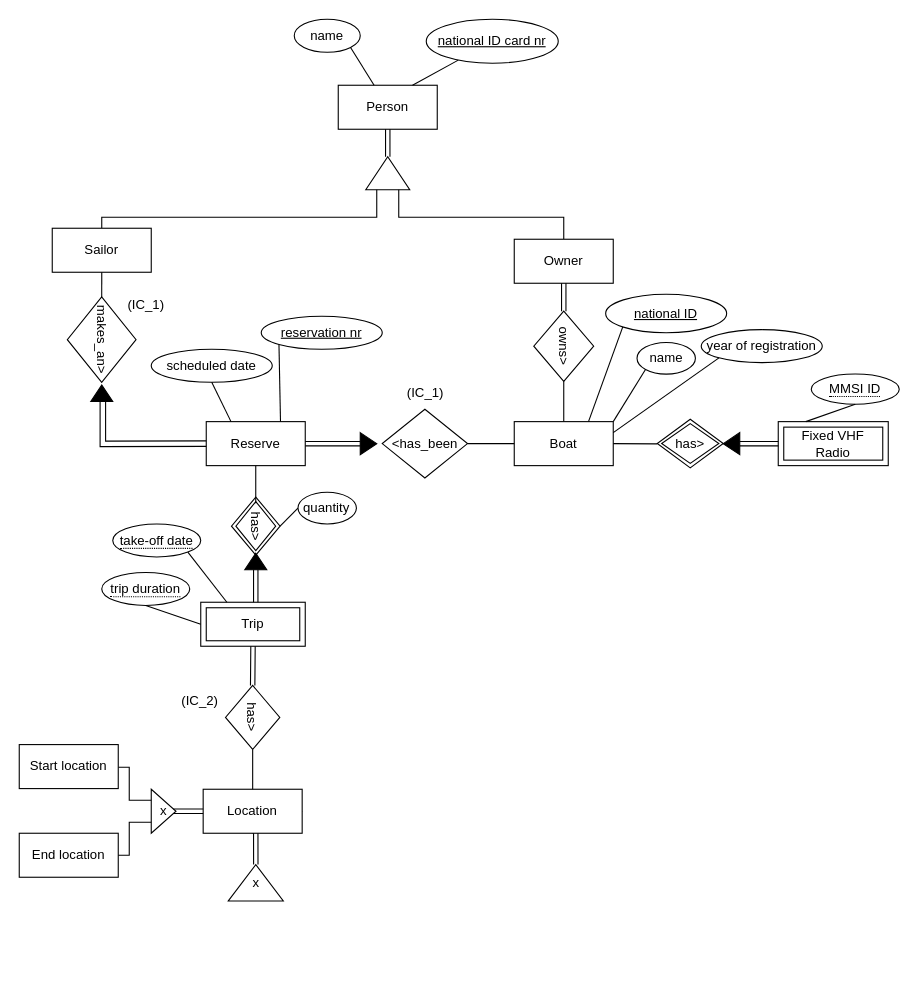
Above: Untitled Diagram.drawio in diogojpa99/SIBD (draw.io), before the change. Source tidied: cells renumbered, new cells numbered last; positions are measured from the earlier drawing's top-left corner, leaving out a move shared by most shapes. Both pictures are drawn from the tidied source at 110%, with x=0, y=0 at pixel (19, 19).
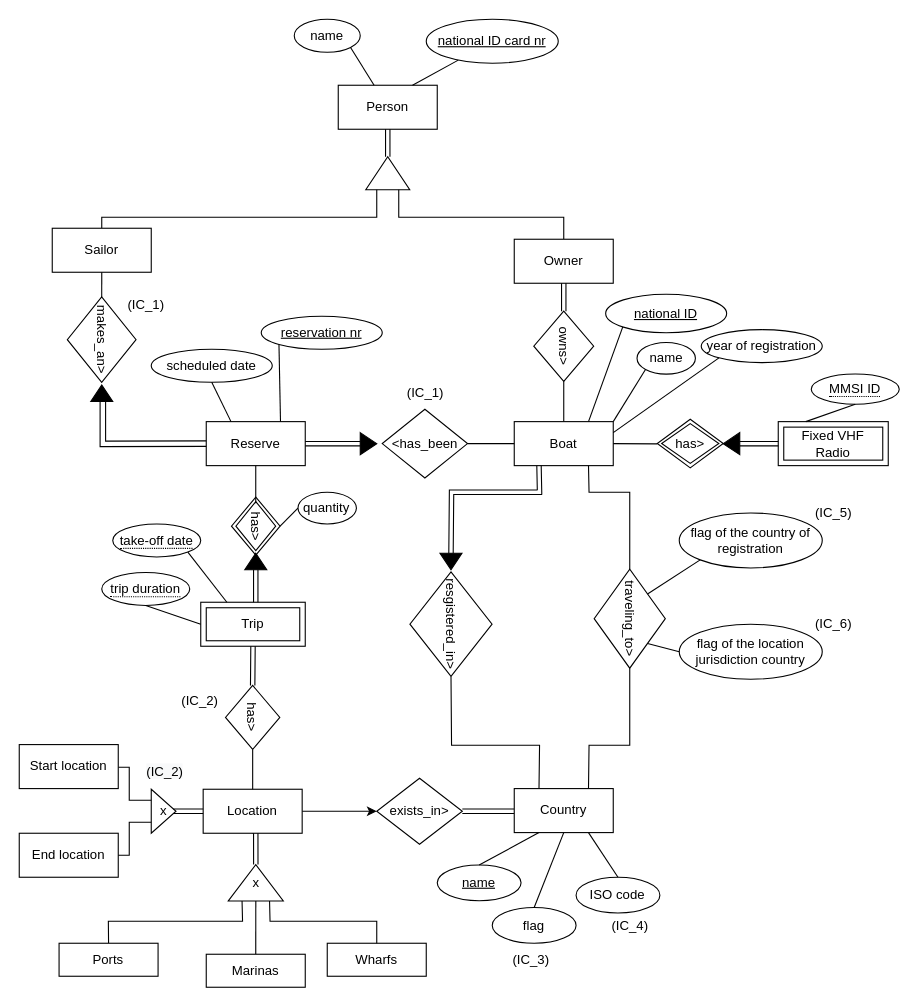
The same page after the edit.

The change refers to these unchanged cells:
```xml
<mxCell id="27" value="Boat" style="rounded=0;whiteSpace=wrap;html=1;" parent="1" vertex="1">
  <mxGeometry x="450" y="365.8" width="90" height="40" as="geometry" />
</mxCell>
<mxCell id="62" value="Location" style="rounded=0;whiteSpace=wrap;html=1;" parent="1" vertex="1">
  <mxGeometry x="167.2" y="700" width="90" height="40" as="geometry" />
</mxCell>
<mxCell id="70" style="triangle;whiteSpace=wrap;html=1;fillColor=none;rotation=-90;" parent="1" vertex="1">
  <mxGeometry x="198.5" y="760" width="33.1" height="50" as="geometry" />
</mxCell>
```

Change to the diagram source:
```diff
@@
+    <mxCell id="73" style="edgeStyle=orthogonalEdgeStyle;rounded=0;jettySize=auto;html=1;" parent="1" edge="1" source="62" target="81">
+      <mxGeometry relative="1" as="geometry" />
+    </mxCell>
@@
+    <mxCell id="74" style="endArrow=none;html=1;rounded=0;entryX=0;entryY=0.25;entryDx=0;entryDy=0;exitX=0.5;exitY=0;exitDx=0;exitDy=0;" parent="1" edge="1" source="75" target="70">
+      <mxGeometry relative="1" as="geometry">
+        <Array as="points">
+          <mxPoint x="81" y="820" />
+          <mxPoint x="203" y="820" />
+        </Array>
+      </mxGeometry>
+    </mxCell>
+    <mxCell id="75" value="Ports" style="rounded=0;whiteSpace=wrap;html=1;" parent="1" vertex="1">
+      <mxGeometry x="36.2" y="840" width="90" height="30" as="geometry" />
+    </mxCell>
+    <mxCell id="76" style="endArrow=none;html=1;rounded=0;entryX=0;entryY=0.5;entryDx=0;entryDy=0;" parent="1" edge="1" target="70">
+      <mxGeometry relative="1" as="geometry">
+        <mxPoint x="215" y="850" as="sourcePoint" />
+      </mxGeometry>
+    </mxCell>
+    <mxCell id="77" value="Marinas" style="rounded=0;whiteSpace=wrap;html=1;" parent="1" vertex="1">
+      <mxGeometry x="170" y="850" width="90" height="30" as="geometry" />
+    </mxCell>
+    <mxCell id="78" value="Wharfs" style="rounded=0;whiteSpace=wrap;html=1;" parent="1" vertex="1">
+      <mxGeometry x="280" y="840" width="90" height="30" as="geometry" />
+    </mxCell>
+    <mxCell id="79" style="endArrow=none;html=1;rounded=0;entryX=0;entryY=0.75;entryDx=0;entryDy=0;exitX=0.5;exitY=0;exitDx=0;exitDy=0;" parent="1" edge="1" source="78" target="70">
+      <mxGeometry relative="1" as="geometry">
+        <Array as="points">
+          <mxPoint x="325" y="820" />
+          <mxPoint x="228" y="820" />
+        </Array>
+      </mxGeometry>
+    </mxCell>
+    <mxCell id="80" style="shape=link;html=1;rounded=0;startArrow=none;exitX=1;exitY=0.5;exitDx=0;exitDy=0;endArrow=none;" parent="1" edge="1" source="81">
+      <mxGeometry relative="1" as="geometry">
+        <mxPoint x="450" y="720" as="targetPoint" />
+      </mxGeometry>
+    </mxCell>
+    <mxCell id="81" value="exists_in&amp;gt;" style="rhombus;whiteSpace=wrap;html=1;rounded=0;" parent="1" vertex="1">
+      <mxGeometry x="325" y="690" width="77.8" height="60" as="geometry" />
+    </mxCell>
+    <mxCell id="82" value="Country" style="rounded=0;whiteSpace=wrap;html=1;" parent="1" vertex="1">
+      <mxGeometry x="450" y="699.4" width="90" height="40" as="geometry" />
+    </mxCell>
+    <mxCell id="83" value="&lt;u&gt;name&lt;/u&gt;" style="ellipse;whiteSpace=wrap;html=1;" parent="1" vertex="1">
+      <mxGeometry x="380" y="768.8" width="76.2" height="32.5" as="geometry" />
+    </mxCell>
+    <mxCell id="84" style="endArrow=none;html=1;rounded=0;exitX=0.5;exitY=0;exitDx=0;exitDy=0;entryX=0.25;entryY=1;entryDx=0;entryDy=0;" parent="1" edge="1" source="83" target="82">
+      <mxGeometry relative="1" as="geometry" />
+    </mxCell>
+    <mxCell id="85" value="flag" style="ellipse;whiteSpace=wrap;html=1;" parent="1" vertex="1">
+      <mxGeometry x="430" y="807.5" width="76.2" height="32.5" as="geometry" />
+    </mxCell>
+    <mxCell id="86" style="endArrow=none;html=1;rounded=0;exitX=0.5;exitY=0;exitDx=0;exitDy=0;entryX=0.5;entryY=1;entryDx=0;entryDy=0;" parent="1" edge="1" source="85" target="82">
+      <mxGeometry relative="1" as="geometry" />
+    </mxCell>
+    <mxCell id="87" value="(IC_3)" style="text;html=1;align=center;verticalAlign=middle;strokeColor=none;fillColor=none;" parent="1" vertex="1">
+      <mxGeometry x="440" y="845" width="50" height="20" as="geometry" />
+    </mxCell>
+    <mxCell id="88" value="ISO code" style="ellipse;whiteSpace=wrap;html=1;" parent="1" vertex="1">
+      <mxGeometry x="506.2" y="780" width="76.2" height="32.5" as="geometry" />
+    </mxCell>
+    <mxCell id="89" style="endArrow=none;html=1;rounded=0;entryX=0.75;entryY=1;entryDx=0;entryDy=0;exitX=0.5;exitY=0;exitDx=0;exitDy=0;" parent="1" edge="1" source="88" target="82">
+      <mxGeometry relative="1" as="geometry" />
+    </mxCell>
+    <mxCell id="90" value="(IC_4)" style="text;html=1;align=center;verticalAlign=middle;strokeColor=none;fillColor=none;" parent="1" vertex="1">
+      <mxGeometry x="530" y="813.8" width="50" height="20" as="geometry" />
+    </mxCell>
+    <mxCell id="91" value="&lt;span style=&quot;color: rgb(0, 0, 0); font-family: helvetica; font-size: 12px; font-style: normal; font-weight: 400; letter-spacing: normal; text-align: center; text-indent: 0px; text-transform: none; word-spacing: 0px; background-color: rgb(248, 249, 250); display: inline; float: none;&quot;&gt;(IC_2)&lt;/span&gt;" style="text;whiteSpace=wrap;html=1;" parent="1" vertex="1">
+      <mxGeometry x="113.8" y="670" width="60" height="30" as="geometry" />
+    </mxCell>
+    <mxCell id="92" value="resgistered_in&amp;gt;" style="shape=rhombus;perimeter=rhombusPerimeter;whiteSpace=wrap;html=1;align=center;rotation=90;" parent="1" vertex="1">
+      <mxGeometry x="345" y="512.6" width="95" height="74.7" as="geometry" />
+    </mxCell>
+    <mxCell id="93" style="endArrow=none;html=1;rounded=0;entryX=1;entryY=0.5;entryDx=0;entryDy=0;exitX=0.25;exitY=0;exitDx=0;exitDy=0;" parent="1" edge="1" source="82" target="92">
+      <mxGeometry relative="1" as="geometry">
+        <Array as="points">
+          <mxPoint x="473" y="660" />
+          <mxPoint x="393" y="660" />
+        </Array>
+      </mxGeometry>
+    </mxCell>
+    <mxCell id="94" style="triangle;whiteSpace=wrap;html=1;fillColor=#000000;rotation=90;" parent="1" vertex="1">
+      <mxGeometry x="385" y="482.9" width="15" height="20" as="geometry" />
+    </mxCell>
+    <mxCell id="95" style="shape=link;html=1;rounded=0;startArrow=none;exitX=0.25;exitY=1;exitDx=0;exitDy=0;endArrow=none;entryX=0;entryY=0.5;entryDx=0;entryDy=0;" parent="1" edge="1" source="27" target="94">
+      <mxGeometry relative="1" as="geometry">
+        <Array as="points">
+          <mxPoint x="473" y="430" />
+          <mxPoint x="393" y="430" />
+        </Array>
+      </mxGeometry>
+    </mxCell>
+    <mxCell id="96" value="traveling_to&amp;gt;" style="shape=rhombus;perimeter=rhombusPerimeter;whiteSpace=wrap;html=1;align=center;rotation=90;" parent="1" vertex="1">
+      <mxGeometry x="510" y="512.6" width="90" height="64.7" as="geometry" />
+    </mxCell>
+    <mxCell id="97" style="endArrow=none;html=1;rounded=0;entryX=0.75;entryY=1;entryDx=0;entryDy=0;exitX=0;exitY=0.5;exitDx=0;exitDy=0;" parent="1" edge="1" source="96" target="27">
+      <mxGeometry relative="1" as="geometry">
+        <Array as="points">
+          <mxPoint x="555" y="430" />
+          <mxPoint x="518" y="430" />
+        </Array>
+      </mxGeometry>
+    </mxCell>
+    <mxCell id="98" style="endArrow=none;html=1;rounded=0;entryX=1;entryY=0.5;entryDx=0;entryDy=0;exitX=0.75;exitY=0;exitDx=0;exitDy=0;" parent="1" edge="1" source="82" target="96">
+      <mxGeometry relative="1" as="geometry">
+        <Array as="points">
+          <mxPoint x="518" y="660" />
+          <mxPoint x="555" y="660" />
+        </Array>
+      </mxGeometry>
+    </mxCell>
+    <mxCell id="99" value="flag of the country of registration" style="ellipse;whiteSpace=wrap;html=1;" parent="1" vertex="1">
+      <mxGeometry x="600" y="448.8" width="130" height="50" as="geometry" />
+    </mxCell>
+    <mxCell id="100" style="endArrow=none;html=1;rounded=0;entryX=0;entryY=1;entryDx=0;entryDy=0;exitX=0;exitY=0;exitDx=0;exitDy=0;" parent="1" edge="1" source="96" target="99">
+      <mxGeometry relative="1" as="geometry" />
+    </mxCell>
+    <mxCell id="101" value="(IC_5)" style="text;html=1;align=center;verticalAlign=middle;strokeColor=none;fillColor=none;" parent="1" vertex="1">
+      <mxGeometry x="715" y="438.7" width="50" height="20" as="geometry" />
+    </mxCell>
+    <mxCell id="102" value="flag of the location jurisdiction country" style="ellipse;whiteSpace=wrap;html=1;" parent="1" vertex="1">
+      <mxGeometry x="600" y="550" width="130" height="50" as="geometry" />
+    </mxCell>
+    <mxCell id="103" style="endArrow=none;html=1;rounded=0;entryX=0;entryY=0.5;entryDx=0;entryDy=0;exitX=1;exitY=0;exitDx=0;exitDy=0;" parent="1" edge="1" source="96" target="102">
+      <mxGeometry relative="1" as="geometry" />
+    </mxCell>
+    <mxCell id="104" value="(IC_6)" style="text;html=1;align=center;verticalAlign=middle;strokeColor=none;fillColor=none;" parent="1" vertex="1">
+      <mxGeometry x="715" y="540" width="50" height="20" as="geometry" />
+    </mxCell>
```
